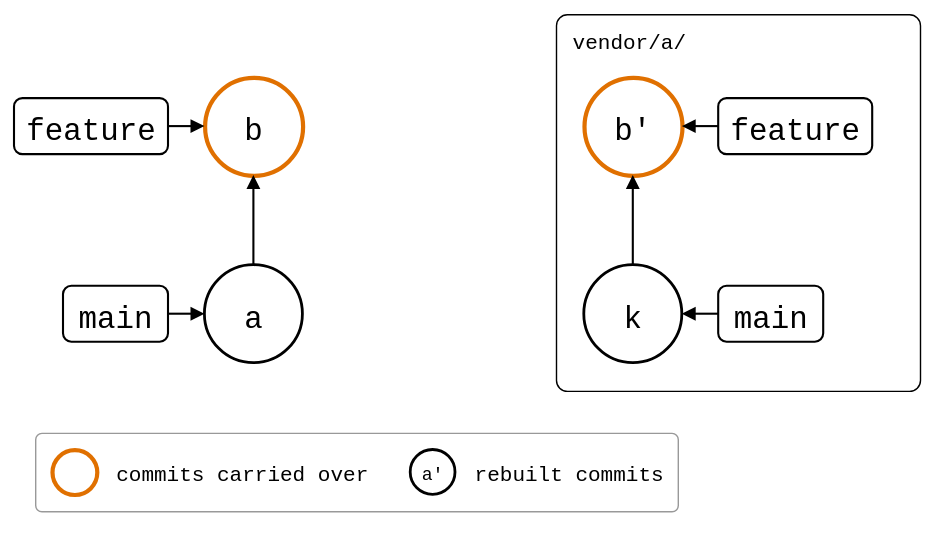
Before: docs/09-scenarios/03-branches-and-teamwork/02-feature-branch-from-main/feature-branch-after-push.drawio.svg, a diagram exported from draw.io (roschaefer/git-splice). Source tidied: cells renumbered, new cells last; positions are measured from the earlier drawing's top-left corner, leaving out a move shared by most shapes. Source of this version:
```xml
<mxGraphModel background="#ffffff">
  <root>
    <mxCell id="0" />
    <mxCell id="1" parent="0" />
    <mxCell id="2" value="vendor/a/" style="rounded=1;arcSize=3;fillColor=none;strokeWidth=1;fontSize=15;verticalAlign=top;align=left;spacingLeft=10;spacingTop=4;fontFamily=Roboto Mono,monospace;" parent="1" vertex="1">
      <mxGeometry x="387" width="260" height="269" as="geometry" />
    </mxCell>
    <mxCell id="3" value="a" style="ellipse;strokeWidth=2;fontSize=22;fontFamily=Roboto Mono,monospace;" parent="1" vertex="1">
      <mxGeometry x="136" y="179" width="70" height="70" as="geometry" />
    </mxCell>
    <mxCell id="4" value="b" style="ellipse;fontSize=22;fontFamily=Roboto Mono,monospace;strokeColor=#E07000;strokeWidth=3;" parent="1" vertex="1">
      <mxGeometry x="136" y="45" width="70" height="70" as="geometry" />
    </mxCell>
    <mxCell id="5" value="k" style="ellipse;strokeWidth=2;fontSize=22;fontFamily=Roboto Mono,monospace;" parent="1" vertex="1">
      <mxGeometry x="407" y="179" width="70" height="70" as="geometry" />
    </mxCell>
    <mxCell id="6" value="b'" style="ellipse;fontSize=22;fontFamily=Roboto Mono,monospace;strokeColor=#E07000;strokeWidth=3;" parent="1" vertex="1">
      <mxGeometry x="407" y="45" width="70" height="70" as="geometry" />
    </mxCell>
    <mxCell id="7" value="feature" style="rounded=1;strokeWidth=1.5;fontSize=22;fontFamily=Roboto Mono,monospace;" parent="1" vertex="1">
      <mxGeometry y="60" width="110" height="40" as="geometry" />
    </mxCell>
    <mxCell id="8" style="endArrow=block;endFill=1;html=1;strokeWidth=1.5;rounded=0;" parent="1" edge="1" source="7" target="4">
      <mxGeometry relative="1" as="geometry" />
    </mxCell>
    <mxCell id="9" value="main" style="rounded=1;strokeWidth=1.5;fontSize=22;fontFamily=Roboto Mono,monospace;" parent="1" vertex="1">
      <mxGeometry x="35" y="194" width="75" height="40" as="geometry" />
    </mxCell>
    <mxCell id="10" style="endArrow=block;endFill=1;html=1;strokeWidth=1.5;rounded=0;" parent="1" edge="1" source="9" target="3">
      <mxGeometry relative="1" as="geometry" />
    </mxCell>
    <mxCell id="11" value="main" style="rounded=1;strokeWidth=1.5;fontSize=22;fontFamily=Roboto Mono,monospace;" parent="1" vertex="1">
      <mxGeometry x="503" y="194" width="75" height="40" as="geometry" />
    </mxCell>
    <mxCell id="12" style="endArrow=block;endFill=1;html=1;strokeWidth=1.5;rounded=0;" parent="1" edge="1" source="11" target="5">
      <mxGeometry relative="1" as="geometry" />
    </mxCell>
    <mxCell id="13" value="feature" style="rounded=1;strokeWidth=1.5;fontSize=22;fontFamily=Roboto Mono,monospace;" parent="1" vertex="1">
      <mxGeometry x="503" y="60" width="110" height="40" as="geometry" />
    </mxCell>
    <mxCell id="14" style="endArrow=block;endFill=1;html=1;strokeWidth=1.5;rounded=0;" parent="1" edge="1" source="13" target="6">
      <mxGeometry relative="1" as="geometry" />
    </mxCell>
    <mxCell id="15" style="endArrow=block;endFill=1;html=1;strokeWidth=1.5;rounded=0;" parent="1" edge="1" source="3" target="4">
      <mxGeometry relative="1" as="geometry" />
    </mxCell>
    <mxCell id="16" style="endArrow=block;endFill=1;html=1;strokeWidth=1.5;rounded=0;" parent="1" edge="1" source="5" target="6">
      <mxGeometry relative="1" as="geometry" />
    </mxCell>
    <mxCell id="17" style="rounded=1;arcSize=8;fillColor=none;strokeColor=#999999;strokeWidth=1;legend=1;" parent="1" vertex="1">
      <mxGeometry x="15" y="299" width="459" height="56" as="geometry" />
    </mxCell>
    <mxCell id="18" style="ellipse;fontSize=13;fontFamily=Roboto Mono,monospace;strokeColor=#E07000;strokeWidth=3;" parent="17" vertex="1">
      <mxGeometry x="12" y="12" width="32" height="32" as="geometry" />
    </mxCell>
    <mxCell id="19" value="commits carried over" style="text;align=left;verticalAlign=middle;fontSize=15;fontFamily=Roboto Mono,monospace;" parent="17" vertex="1">
      <mxGeometry x="56" y="12" width="180" height="32" as="geometry" />
    </mxCell>
    <mxCell id="20" value="a'" style="ellipse;fontSize=13;fontFamily=Roboto Mono,monospace;strokeWidth=2;" parent="17" vertex="1">
      <mxGeometry x="268" y="12" width="32" height="32" as="geometry" />
    </mxCell>
    <mxCell id="21" value="rebuilt commits" style="text;align=left;verticalAlign=middle;fontSize=15;fontFamily=Roboto Mono,monospace;" parent="17" vertex="1">
      <mxGeometry x="312" y="12" width="135" height="32" as="geometry" />
    </mxCell>
  </root>
</mxGraphModel>
```
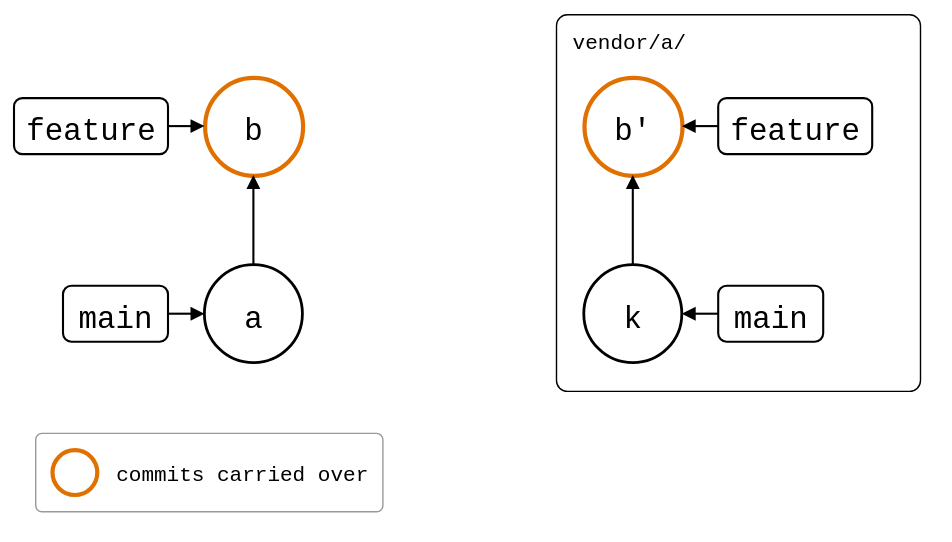
After the change.

Diff of the diagram source:
```diff
@@ -48,7 +48,7 @@
       <mxGeometry relative="1" as="geometry" />
     </mxCell>
     <mxCell id="17" style="rounded=1;arcSize=8;fillColor=none;strokeColor=#999999;strokeWidth=1;legend=1;" parent="1" vertex="1">
-      <mxGeometry x="15" y="299" width="459" height="56" as="geometry" />
+      <mxGeometry x="15" y="299" width="248" height="56" as="geometry" />
     </mxCell>
     <mxCell id="18" style="ellipse;fontSize=13;fontFamily=Roboto Mono,monospace;strokeColor=#E07000;strokeWidth=3;" parent="17" vertex="1">
       <mxGeometry x="12" y="12" width="32" height="32" as="geometry" />
@@ -56,11 +56,5 @@
     <mxCell id="19" value="commits carried over" style="text;align=left;verticalAlign=middle;fontSize=15;fontFamily=Roboto Mono,monospace;" parent="17" vertex="1">
       <mxGeometry x="56" y="12" width="180" height="32" as="geometry" />
     </mxCell>
-    <mxCell id="20" value="a'" style="ellipse;fontSize=13;fontFamily=Roboto Mono,monospace;strokeWidth=2;" parent="17" vertex="1">
-      <mxGeometry x="268" y="12" width="32" height="32" as="geometry" />
-    </mxCell>
-    <mxCell id="21" value="rebuilt commits" style="text;align=left;verticalAlign=middle;fontSize=15;fontFamily=Roboto Mono,monospace;" parent="17" vertex="1">
-      <mxGeometry x="312" y="12" width="135" height="32" as="geometry" />
-    </mxCell>
   </root>
 </mxGraphModel>
```
